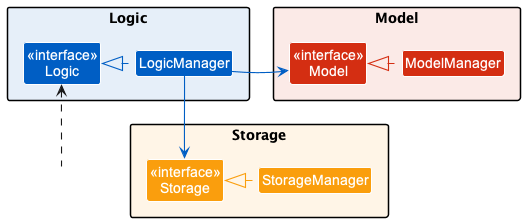
Before: docs/images/ComponentManagers.png, a diagram exported from PlantUML (seanfirefox/tp). The source it was exported from:
```plantuml
@startuml
!include style.puml
skinparam arrowThickness 1.1


package Logic LOGIC_COLOR_BACKGROUND {
Class "<<interface>>\nLogic" as Logic LOGIC_COLOR
Class LogicManager LOGIC_COLOR
}

package Model MODEL_COLOR_BACKGROUND {
Class "<<interface>>\nModel" as Model MODEL_COLOR
Class ModelManager MODEL_COLOR
}

package Storage STORAGE_COLOR_BACKGROUND {
Class "<<interface>>\nStorage" as Storage STORAGE_COLOR
Class StorageManager STORAGE_COLOR
}

Class HiddenOutside #FFFFFF
HiddenOutside .up.> Logic

LogicManager .[LOGIC_COLOR]left.|> Logic
ModelManager .[MODEL_COLOR]left.|> Model
StorageManager .[STORAGE_COLOR]left.|> Storage

LogicManager -[LOGIC_COLOR]right-> Model
LogicManager -[LOGIC_COLOR]-> Storage
@enduml
```
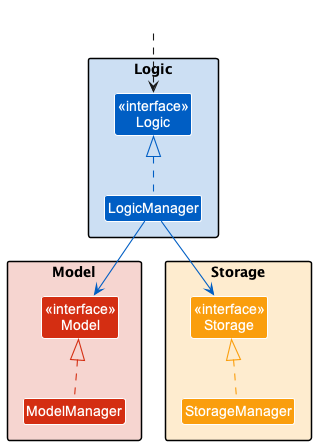
After the change.

The edit, as a diff of the source:
```diff
@@ -19,12 +19,12 @@
 }
 
 Class HiddenOutside #FFFFFF
-HiddenOutside .up.> Logic
+HiddenOutside ..> Logic
 
-LogicManager .[LOGIC_COLOR]left.|> Logic
-ModelManager .[MODEL_COLOR]left.|> Model
-StorageManager .[STORAGE_COLOR]left.|> Storage
+LogicManager .[LOGIC_COLOR]up.|> Logic
+ModelManager .[MODEL_COLOR]up.|> Model
+StorageManager .[STORAGE_COLOR]up.|> Storage
 
-LogicManager -[LOGIC_COLOR]right-> Model
+LogicManager -[LOGIC_COLOR]-> Model
 LogicManager -[LOGIC_COLOR]-> Storage
 @enduml
```
